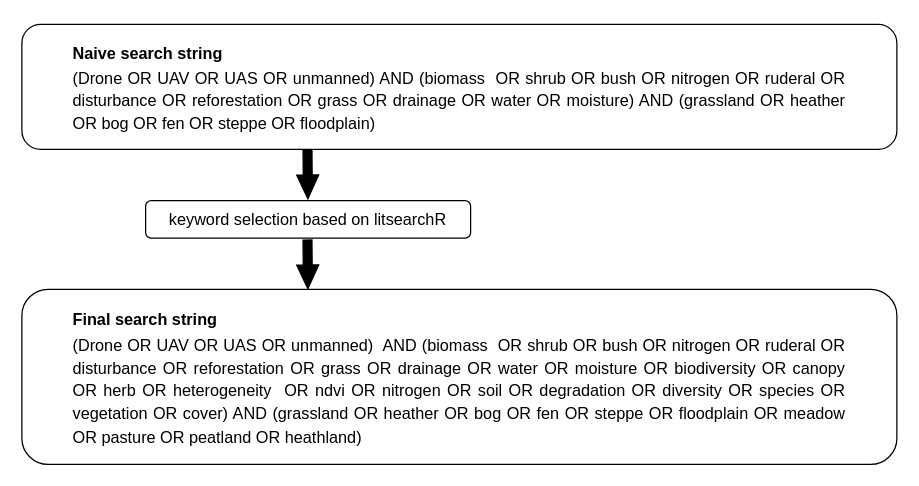
The draw.io diagram figures/search_string.drawio in jan-steen/takeoff, before the edit. Source tidied: cells renumbered, new cells numbered last; positions are measured from the earlier drawing's top-left corner, leaving out a move shared by most shapes. Both pictures are drawn from the tidied source at 125%, with x=0, y=0 at pixel (21, 24).
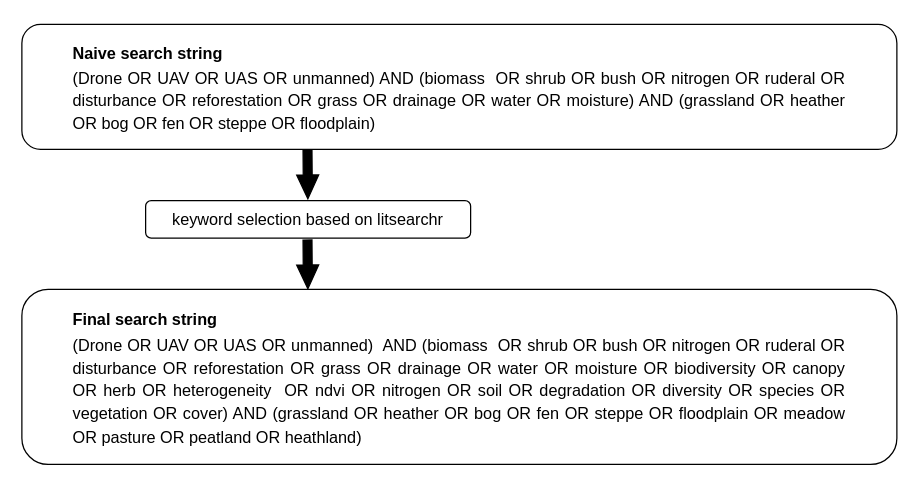
After the change.

Commit message (it also covers changes not shown here):
correct spelling mistakes

Change to the diagram source:
```diff
@@
 <mxGraphModel>
   <root>
     <mxCell id="0" />
     <mxCell id="1" parent="0" />
     <mxCell id="2" value="&lt;blockquote&gt;&lt;div style=&quot;line-height: 140%;&quot; align=&quot;justify&quot;&gt;&lt;b style=&quot;line-height: 180%;&quot;&gt;Naive search string&lt;/b&gt;&lt;/div&gt;&lt;div style=&quot;line-height: 140%;&quot; align=&quot;justify&quot;&gt;(Drone OR UAV OR UAS OR unmanned) AND (biomass&amp;nbsp; OR shrub OR bush OR nitrogen OR ruderal OR disturbance OR reforestation OR grass OR drainage OR water OR moisture) AND (grassland OR heather OR bog OR fen OR steppe OR floodplain)&lt;/div&gt;&lt;/blockquote&gt;" style="rounded=1;whiteSpace=wrap;html=1;align=center;fontSize=13;" parent="1" vertex="1">
       <mxGeometry width="700" height="100" as="geometry" />
     </mxCell>
     <mxCell id="3" value="&lt;blockquote&gt;&lt;div align=&quot;justify&quot; style=&quot;line-height: 140%;&quot;&gt;&lt;b style=&quot;line-height: 180%;&quot;&gt;Final search string&lt;/b&gt;&lt;/div&gt;&lt;div align=&quot;justify&quot; style=&quot;line-height: 140%;&quot;&gt;(Drone OR UAV OR UAS OR unmanned)&amp;nbsp; AND&amp;nbsp;(biomass&amp;nbsp; OR shrub OR bush OR nitrogen OR ruderal OR disturbance OR reforestation OR grass OR drainage OR water OR moisture OR biodiversity OR canopy OR herb OR heterogeneity&amp;nbsp; OR ndvi OR nitrogen OR soil OR degradation OR diversity OR species OR vegetation OR cover) AND (grassland OR heather OR bog OR fen OR steppe OR floodplain OR meadow OR pasture OR peatland OR heathland)&lt;/div&gt;&lt;/blockquote&gt;" style="rounded=1;whiteSpace=wrap;html=1;align=center;fontSize=13;" parent="1" vertex="1">
       <mxGeometry y="212" width="700" height="140" as="geometry" />
     </mxCell>
     <mxCell id="4" style="shape=flexArrow;endArrow=classic;html=1;rounded=0;width=7.142857142857142;endSize=6;endWidth=9.45578231292517;fontSize=13;fillColor=light-dark(#000000, #ededed);" parent="1" edge="1">
       <mxGeometry relative="1" as="geometry">
         <mxPoint x="228.5" y="172" as="sourcePoint" />
         <mxPoint x="228.8" y="212" as="targetPoint" />
       </mxGeometry>
     </mxCell>
     <mxCell id="5" style="shape=flexArrow;endArrow=classic;html=1;rounded=0;width=7.142857142857142;endSize=6;endWidth=9.45578231292517;fontSize=13;fillColor=light-dark(#000000, #ededed);" parent="1" edge="1">
       <mxGeometry relative="1" as="geometry">
         <mxPoint x="228.5" y="100" as="sourcePoint" />
         <mxPoint x="228.8" y="140" as="targetPoint" />
       </mxGeometry>
     </mxCell>
-    <mxCell id="6" value="keyword selection based on litsearchR" style="rounded=1;whiteSpace=wrap;html=1;align=center;fontSize=13;" parent="1" vertex="1">
+    <mxCell id="6" value="keyword selection based on litsearchr" style="rounded=1;whiteSpace=wrap;html=1;align=center;fontSize=13;" parent="1" vertex="1">
       <mxGeometry x="99" y="141" width="260" height="30" as="geometry" />
     </mxCell>
   </root>
 </mxGraphModel>
```
